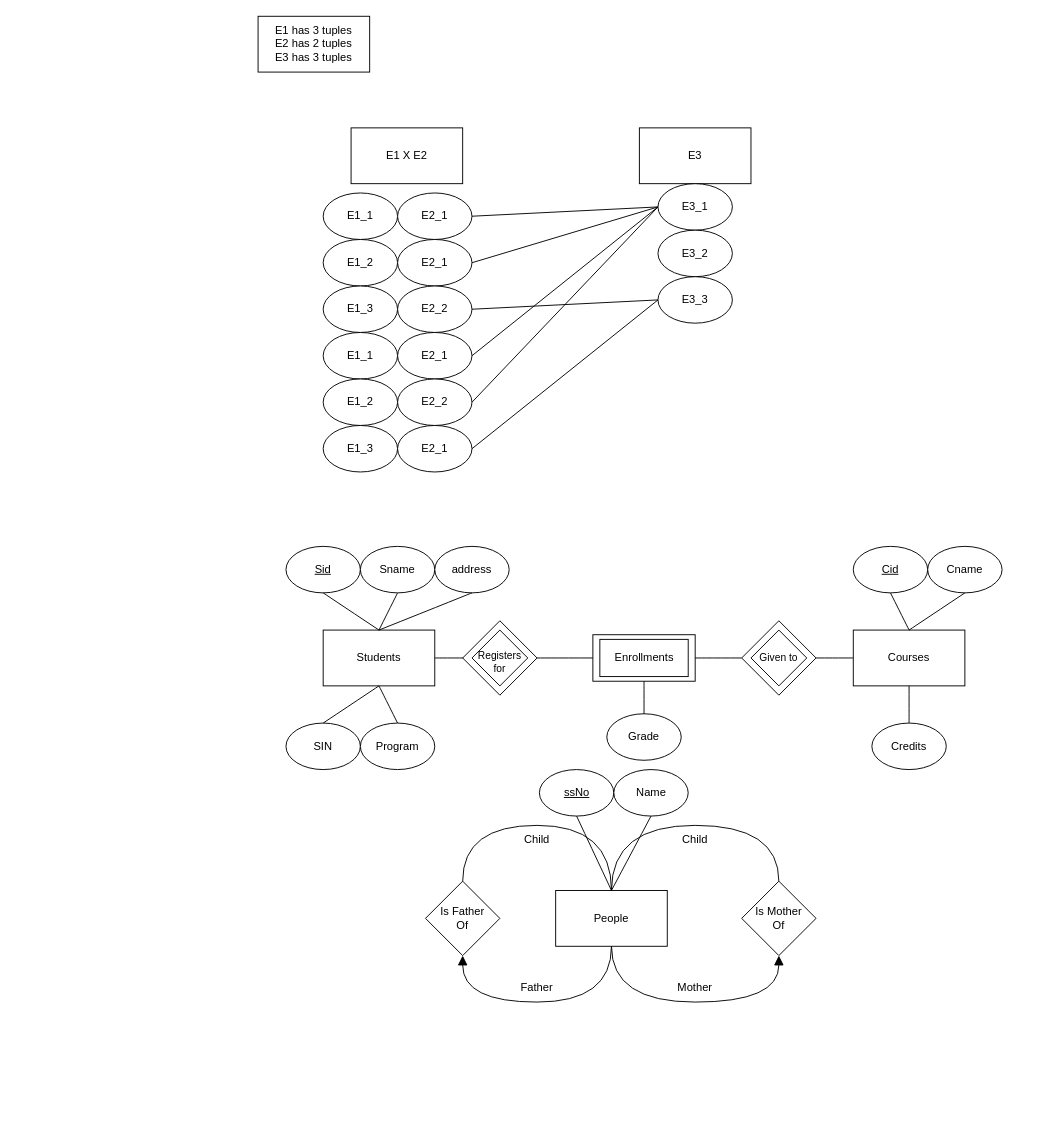
Before: Temp.drawio in critschris/COMP353, a draw.io diagram. Source tidied: cells renumbered, new cells numbered last; positions are measured from the earlier drawing's top-left corner, leaving out a move shared by most shapes. Both pictures are drawn from the tidied source at 93%, with x=0, y=0 at pixel (258, 16).
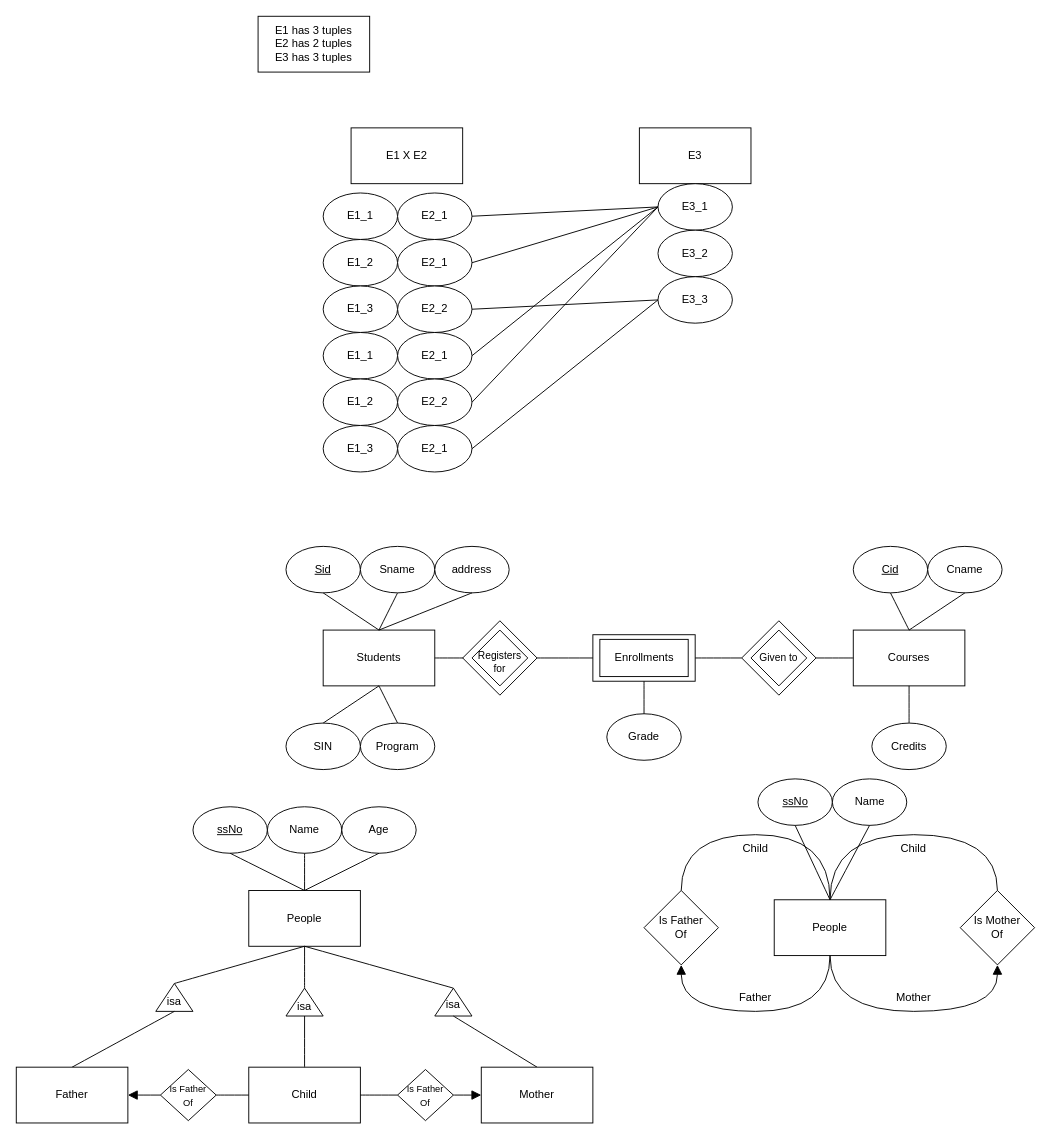
The same page after the edit.

Change to the diagram source:
```diff
@@
     <mxCell id="58" value="People" style="rounded=0;whiteSpace=wrap;html=1;" parent="1" vertex="1">
-      <mxGeometry x="320" y="940" width="120" height="60" as="geometry" />
+      <mxGeometry x="555" y="950" width="120" height="60" as="geometry" />
     </mxCell>
     <mxCell id="59" style="rhombus;whiteSpace=wrap;html=1;" parent="1" vertex="1">
-      <mxGeometry x="520" y="930" width="80" height="80" as="geometry" />
+      <mxGeometry x="755" y="940" width="80" height="80" as="geometry" />
     </mxCell>
     <mxCell id="60" value="Is Mother Of" style="text;html=1;align=center;verticalAlign=middle;whiteSpace=wrap;rounded=0;" parent="1" vertex="1">
-      <mxGeometry x="530" y="955" width="60" height="30" as="geometry" />
+      <mxGeometry x="765" y="965" width="60" height="30" as="geometry" />
     </mxCell>
     <mxCell id="61" style="endArrow=block;html=1;rounded=0;fontSize=12;startSize=8;endSize=8;curved=1;exitX=0.5;exitY=1;exitDx=0;exitDy=0;entryX=0.5;entryY=1;entryDx=0;entryDy=0;edgeStyle=orthogonalEdgeStyle;startFill=0;endFill=1;" parent="1" edge="1" source="58" target="59">
       <mxGeometry relative="1" as="geometry">
         <Array as="points">
-          <mxPoint x="380" y="1060" />
-          <mxPoint x="560" y="1060" />
+          <mxPoint x="615" y="1070" />
+          <mxPoint x="795" y="1070" />
         </Array>
       </mxGeometry>
     </mxCell>
     <mxCell id="62" style="endArrow=none;html=1;rounded=0;fontSize=12;startSize=8;endSize=8;curved=1;exitX=0.5;exitY=0;exitDx=0;exitDy=0;entryX=0.5;entryY=0;entryDx=0;entryDy=0;edgeStyle=orthogonalEdgeStyle;startFill=0;" parent="1" edge="1" source="59" target="58">
       <mxGeometry relative="1" as="geometry">
         <Array as="points">
-          <mxPoint x="560" y="870" />
-          <mxPoint x="380" y="870" />
+          <mxPoint x="795" y="880" />
+          <mxPoint x="615" y="880" />
         </Array>
       </mxGeometry>
     </mxCell>
     <mxCell id="63" value="Mother" style="text;html=1;align=center;verticalAlign=middle;whiteSpace=wrap;rounded=0;" parent="1" vertex="1">
-      <mxGeometry x="440" y="1030" width="60" height="30" as="geometry" />
+      <mxGeometry x="675" y="1040" width="60" height="30" as="geometry" />
     </mxCell>
     <mxCell id="64" value="Child" style="text;html=1;align=center;verticalAlign=middle;whiteSpace=wrap;rounded=0;" parent="1" vertex="1">
-      <mxGeometry x="440" y="870" width="60" height="30" as="geometry" />
+      <mxGeometry x="675" y="880" width="60" height="30" as="geometry" />
     </mxCell>
     <mxCell id="65" value="Is Father&lt;div&gt;Of&lt;/div&gt;" style="rhombus;whiteSpace=wrap;html=1;" parent="1" vertex="1">
-      <mxGeometry x="180" y="930" width="80" height="80" as="geometry" />
+      <mxGeometry x="415" y="940" width="80" height="80" as="geometry" />
     </mxCell>
     <mxCell id="66" style="endArrow=block;html=1;rounded=0;fontSize=12;startSize=8;endSize=8;curved=1;exitX=0.5;exitY=1;exitDx=0;exitDy=0;entryX=0.5;entryY=1;entryDx=0;entryDy=0;edgeStyle=orthogonalEdgeStyle;endFill=1;" parent="1" edge="1" source="58" target="65">
       <mxGeometry relative="1" as="geometry">
         <Array as="points">
-          <mxPoint x="380" y="1060" />
-          <mxPoint x="220" y="1060" />
+          <mxPoint x="615" y="1070" />
+          <mxPoint x="455" y="1070" />
         </Array>
       </mxGeometry>
     </mxCell>
     <mxCell id="67" value="Father" style="text;html=1;align=center;verticalAlign=middle;whiteSpace=wrap;rounded=0;" parent="1" vertex="1">
-      <mxGeometry x="270" y="1030" width="60" height="30" as="geometry" />
+      <mxGeometry x="505" y="1040" width="60" height="30" as="geometry" />
     </mxCell>
     <mxCell id="68" style="endArrow=none;html=1;rounded=0;fontSize=12;startSize=8;endSize=8;curved=1;exitX=0.5;exitY=0;exitDx=0;exitDy=0;entryX=0.5;entryY=0;entryDx=0;entryDy=0;edgeStyle=orthogonalEdgeStyle;startFill=0;" parent="1" edge="1" source="65" target="58">
       <mxGeometry relative="1" as="geometry">
         <Array as="points">
-          <mxPoint x="220" y="870" />
-          <mxPoint x="380" y="870" />
+          <mxPoint x="455" y="880" />
+          <mxPoint x="615" y="880" />
         </Array>
       </mxGeometry>
     </mxCell>
     <mxCell id="69" value="Child" style="text;html=1;align=center;verticalAlign=middle;whiteSpace=wrap;rounded=0;" parent="1" vertex="1">
-      <mxGeometry x="270" y="870" width="60" height="30" as="geometry" />
+      <mxGeometry x="505" y="880" width="60" height="30" as="geometry" />
     </mxCell>
     <mxCell id="70" value="&lt;u&gt;ssNo&lt;/u&gt;" style="ellipse;whiteSpace=wrap;html=1;" parent="1" vertex="1">
-      <mxGeometry x="302.5" y="810" width="80" height="50" as="geometry" />
+      <mxGeometry x="537.5" y="820" width="80" height="50" as="geometry" />
     </mxCell>
     <mxCell id="71" value="Name" style="ellipse;whiteSpace=wrap;html=1;" parent="1" vertex="1">
-      <mxGeometry x="382.5" y="810" width="80" height="50" as="geometry" />
+      <mxGeometry x="617.5" y="820" width="80" height="50" as="geometry" />
     </mxCell>
@@
+    <mxCell id="74" value="People" style="rounded=0;whiteSpace=wrap;html=1;" parent="1" vertex="1">
+      <mxGeometry x="-10" y="940" width="120" height="60" as="geometry" />
+    </mxCell>
+    <mxCell id="75" value="&lt;u&gt;ssNo&lt;/u&gt;" style="ellipse;whiteSpace=wrap;html=1;" parent="1" vertex="1">
+      <mxGeometry x="-70" y="850" width="80" height="50" as="geometry" />
+    </mxCell>
+    <mxCell id="76" value="Name" style="ellipse;whiteSpace=wrap;html=1;" parent="1" vertex="1">
+      <mxGeometry x="10" y="850" width="80" height="50" as="geometry" />
+    </mxCell>
+    <mxCell id="77" value="Age" style="ellipse;whiteSpace=wrap;html=1;" parent="1" vertex="1">
+      <mxGeometry x="90" y="850" width="80" height="50" as="geometry" />
+    </mxCell>
+    <mxCell id="78" style="endArrow=none;html=1;rounded=0;fontSize=12;startSize=8;endSize=8;curved=1;exitX=0.5;exitY=1;exitDx=0;exitDy=0;entryX=0.5;entryY=0;entryDx=0;entryDy=0;" parent="1" edge="1" source="75" target="74">
+      <mxGeometry relative="1" as="geometry" />
+    </mxCell>
+    <mxCell id="79" style="endArrow=none;html=1;rounded=0;fontSize=12;startSize=8;endSize=8;curved=1;exitX=0.5;exitY=1;exitDx=0;exitDy=0;entryX=0.5;entryY=0;entryDx=0;entryDy=0;" parent="1" edge="1" source="76" target="74">
+      <mxGeometry relative="1" as="geometry" />
+    </mxCell>
+    <mxCell id="80" style="endArrow=none;html=1;rounded=0;fontSize=12;startSize=8;endSize=8;curved=1;exitX=0.5;exitY=1;exitDx=0;exitDy=0;entryX=0.5;entryY=0;entryDx=0;entryDy=0;" parent="1" edge="1" source="77" target="74">
+      <mxGeometry relative="1" as="geometry" />
+    </mxCell>
+    <mxCell id="81" style="endArrow=none;html=1;rounded=0;fontSize=12;startSize=8;endSize=8;curved=1;entryX=0.5;entryY=1;entryDx=0;entryDy=0;exitX=1;exitY=0.5;exitDx=0;exitDy=0;" parent="1" edge="1" source="83" target="74">
+      <mxGeometry relative="1" as="geometry" />
+    </mxCell>
+    <mxCell id="82" style="endArrow=none;html=1;rounded=0;fontSize=12;startSize=8;endSize=8;curved=1;entryX=0.5;entryY=1;entryDx=0;entryDy=0;exitX=1;exitY=0.5;exitDx=0;exitDy=0;" parent="1" edge="1" source="85" target="74">
+      <mxGeometry relative="1" as="geometry" />
+    </mxCell>
+    <mxCell id="83" style="triangle;whiteSpace=wrap;html=1;rotation=-90;" parent="1" vertex="1">
+      <mxGeometry x="-105" y="1035" width="30" height="40" as="geometry" />
+    </mxCell>
+    <mxCell id="84" value="isa" style="text;html=1;align=center;verticalAlign=middle;whiteSpace=wrap;rounded=0;" parent="1" vertex="1">
+      <mxGeometry x="-120" y="1050" width="60" height="20" as="geometry" />
+    </mxCell>
+    <mxCell id="85" style="triangle;whiteSpace=wrap;html=1;rotation=-90;" parent="1" vertex="1">
+      <mxGeometry x="195" y="1040" width="30" height="40" as="geometry" />
+    </mxCell>
+    <mxCell id="86" value="isa" style="text;html=1;align=center;verticalAlign=middle;whiteSpace=wrap;rounded=0;" parent="1" vertex="1">
+      <mxGeometry x="180" y="1050" width="60" height="25" as="geometry" />
+    </mxCell>
+    <mxCell id="87" style="endArrow=none;html=1;rounded=0;fontSize=12;startSize=8;endSize=8;curved=1;exitX=0.5;exitY=1;exitDx=0;exitDy=0;entryX=0.5;entryY=0;entryDx=0;entryDy=0;" parent="1" edge="1" source="84" target="89">
+      <mxGeometry relative="1" as="geometry" />
+    </mxCell>
+    <mxCell id="88" style="endArrow=none;html=1;rounded=0;fontSize=12;startSize=8;endSize=8;curved=1;exitX=0.5;exitY=1;exitDx=0;exitDy=0;entryX=0.5;entryY=0;entryDx=0;entryDy=0;" parent="1" edge="1" source="86" target="90">
+      <mxGeometry relative="1" as="geometry" />
+    </mxCell>
+    <mxCell id="89" value="Father" style="rounded=0;whiteSpace=wrap;html=1;" parent="1" vertex="1">
+      <mxGeometry x="-260" y="1130" width="120" height="60" as="geometry" />
+    </mxCell>
+    <mxCell id="90" value="Mother" style="rounded=0;whiteSpace=wrap;html=1;" parent="1" vertex="1">
+      <mxGeometry x="240" y="1130" width="120" height="60" as="geometry" />
+    </mxCell>
+    <mxCell id="91" value="Child" style="rounded=0;whiteSpace=wrap;html=1;" parent="1" vertex="1">
+      <mxGeometry x="-10" y="1130" width="120" height="60" as="geometry" />
+    </mxCell>
+    <mxCell id="92" style="endArrow=none;html=1;rounded=0;fontSize=12;startSize=8;endSize=8;curved=1;entryX=0.5;entryY=1;entryDx=0;entryDy=0;exitX=1;exitY=0.5;exitDx=0;exitDy=0;" parent="1" edge="1" source="93" target="74">
+      <mxGeometry relative="1" as="geometry" />
+    </mxCell>
+    <mxCell id="93" style="triangle;whiteSpace=wrap;html=1;rotation=-90;" parent="1" vertex="1">
+      <mxGeometry x="35" y="1040" width="30" height="40" as="geometry" />
+    </mxCell>
+    <mxCell id="94" value="isa" style="text;html=1;align=center;verticalAlign=middle;whiteSpace=wrap;rounded=0;" parent="1" vertex="1">
+      <mxGeometry x="20" y="1055" width="60" height="20" as="geometry" />
+    </mxCell>
+    <mxCell id="95" style="endArrow=none;html=1;rounded=0;fontSize=12;startSize=8;endSize=8;curved=1;entryX=0.5;entryY=1;entryDx=0;entryDy=0;exitX=0.5;exitY=0;exitDx=0;exitDy=0;" parent="1" edge="1" source="91" target="94">
+      <mxGeometry relative="1" as="geometry" />
+    </mxCell>
+    <mxCell id="96" value="&lt;font style=&quot;font-size: 10px;&quot;&gt;Is Father&lt;/font&gt;&lt;div&gt;&lt;font style=&quot;font-size: 10px;&quot;&gt;Of&lt;/font&gt;&lt;/div&gt;" style="rhombus;whiteSpace=wrap;html=1;" parent="1" vertex="1">
+      <mxGeometry x="-105" y="1132.5" width="60" height="55" as="geometry" />
+    </mxCell>
+    <mxCell id="97" style="endArrow=none;html=1;rounded=0;fontSize=12;startSize=8;endSize=8;curved=1;exitX=1;exitY=0.5;exitDx=0;exitDy=0;entryX=0;entryY=0.5;entryDx=0;entryDy=0;endFill=1;startFill=1;startArrow=block;" parent="1" edge="1" source="89" target="96">
+      <mxGeometry relative="1" as="geometry" />
+    </mxCell>
+    <mxCell id="98" style="endArrow=none;html=1;rounded=0;fontSize=12;startSize=8;endSize=8;curved=1;exitX=1;exitY=0.5;exitDx=0;exitDy=0;entryX=0;entryY=0.5;entryDx=0;entryDy=0;" parent="1" edge="1" source="96" target="91">
+      <mxGeometry relative="1" as="geometry" />
+    </mxCell>
+    <mxCell id="99" value="&lt;font style=&quot;font-size: 10px;&quot;&gt;Is Father&lt;/font&gt;&lt;div&gt;&lt;font style=&quot;font-size: 10px;&quot;&gt;Of&lt;/font&gt;&lt;/div&gt;" style="rhombus;whiteSpace=wrap;html=1;" parent="1" vertex="1">
+      <mxGeometry x="150" y="1132.5" width="60" height="55" as="geometry" />
+    </mxCell>
+    <mxCell id="100" style="endArrow=none;html=1;rounded=0;fontSize=12;startSize=8;endSize=8;curved=1;exitX=1;exitY=0.5;exitDx=0;exitDy=0;entryX=0;entryY=0.5;entryDx=0;entryDy=0;" parent="1" edge="1" source="91" target="99">
+      <mxGeometry relative="1" as="geometry" />
+    </mxCell>
+    <mxCell id="101" style="endArrow=block;html=1;rounded=0;fontSize=12;startSize=8;endSize=8;curved=1;exitX=1;exitY=0.5;exitDx=0;exitDy=0;entryX=0;entryY=0.5;entryDx=0;entryDy=0;endFill=1;" parent="1" edge="1" source="99" target="90">
+      <mxGeometry relative="1" as="geometry" />
+    </mxCell>
```
